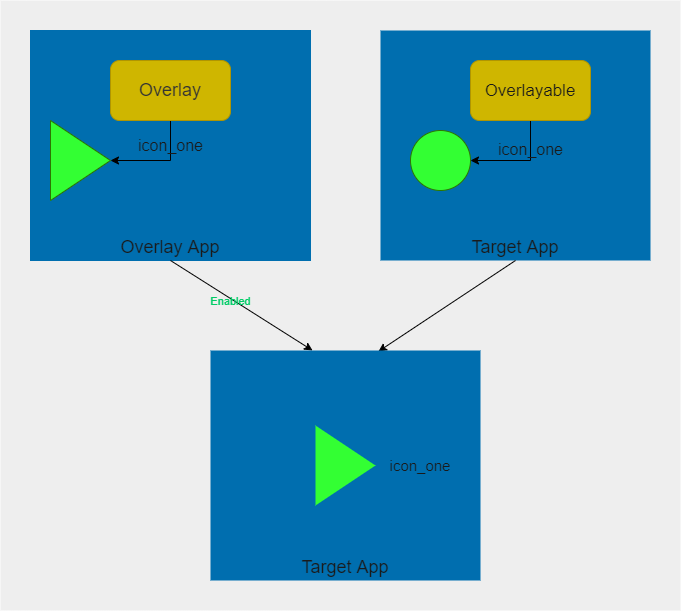
The draw.io diagram CarUILibrary/RROs.png in tianxunaicaoke/Android-notes, before a commit. Source tidied: cells renumbered, new cells last; positions are measured from the earlier drawing's top-left corner, leaving out a move shared by most shapes.
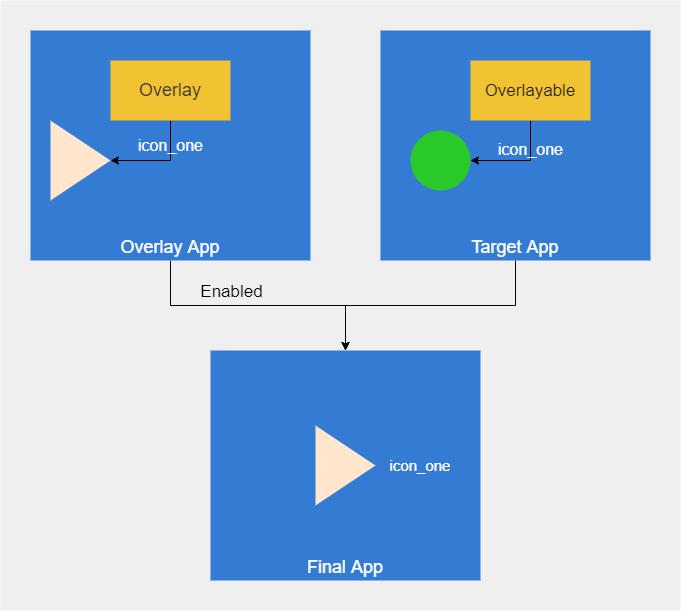
The same file after the commit.

The edit, as a diff of the source:
```diff
@@ -2,51 +2,51 @@
   <root>
     <mxCell id="0" />
     <mxCell id="1" parent="0" />
-    <mxCell id="2" style="rounded=0;whiteSpace=wrap;html=1;labelBackgroundColor=none;fillColor=#eeeeee;strokeColor=none;" parent="1" vertex="1">
+    <mxCell id="2" style="rounded=0;whiteSpace=wrap;html=1;labelBackgroundColor=none;strokeColor=none;fillColor=#EFEFEF;" parent="1" vertex="1">
       <mxGeometry width="680" height="610" as="geometry" />
     </mxCell>
+    <mxCell id="11" style="edgeStyle=orthogonalEdgeStyle;rounded=0;jettySize=auto;html=1;exitX=0.5;exitY=1;exitDx=0;exitDy=0;strokeColor=#000000;fontSize=17;fontColor=#000000;" parent="1" edge="1" source="3" target="14">
+      <mxGeometry relative="1" as="geometry" />
+    </mxCell>
+    <mxCell id="12" value="Enabled" style="edgeLabel;html=1;align=center;verticalAlign=middle;fontSize=17;fontColor=#000000;labelBackgroundColor=none;" parent="11" vertex="1">
+      <mxGeometry x="-0.62" y="-1" relative="1" as="geometry">
+        <mxPoint x="54" y="-16" as="offset" />
+      </mxGeometry>
+    </mxCell>
-    <mxCell id="3" value="&lt;font color=&quot;#1a1a1a&quot; style=&quot;font-size: 18px&quot;&gt;Overlay App&lt;/font&gt;" style="rounded=0;whiteSpace=wrap;html=1;fontColor=#ffffff;verticalAlign=bottom;strokeColor=#006EAF;fillColor=#006EAF;" parent="1" vertex="1">
+    <mxCell id="3" value="&lt;font style=&quot;font-size: 18px&quot;&gt;Overlay App&lt;/font&gt;" style="rounded=0;whiteSpace=wrap;html=1;verticalAlign=bottom;fillColor=#347BD4;strokeColor=none;fontColor=#FFFFFF;" parent="1" vertex="1">
       <mxGeometry x="30" y="30" width="280" height="230" as="geometry" />
     </mxCell>
+    <mxCell id="13" style="edgeStyle=orthogonalEdgeStyle;rounded=0;jettySize=auto;html=1;exitX=0.5;exitY=1;exitDx=0;exitDy=0;entryX=0.5;entryY=0;entryDx=0;entryDy=0;strokeColor=#000000;fontSize=17;fontColor=#000000;" parent="1" edge="1" source="4" target="14">
+      <mxGeometry relative="1" as="geometry" />
+    </mxCell>
-    <mxCell id="4" value="&lt;font color=&quot;#1a1a1a&quot;&gt;&lt;br&gt;&lt;font style=&quot;font-size: 18px&quot;&gt;Target App&lt;/font&gt;&lt;/font&gt;" style="rounded=0;whiteSpace=wrap;html=1;verticalAlign=bottom;fontColor=#ffffff;fillColor=#006EAF;strokeColor=none;" parent="1" vertex="1">
+    <mxCell id="4" value="&lt;font&gt;&lt;br&gt;&lt;font style=&quot;font-size: 18px&quot;&gt;Target App&lt;/font&gt;&lt;/font&gt;" style="rounded=0;whiteSpace=wrap;html=1;verticalAlign=bottom;strokeColor=none;fillColor=#347BD4;fontColor=#FFFFFF;" parent="1" vertex="1">
       <mxGeometry x="380" y="30" width="270" height="230" as="geometry" />
     </mxCell>
-    <mxCell id="5" value="&lt;font style=&quot;font-size: 16px&quot;&gt;icon_one&lt;/font&gt;" style="edgeStyle=orthogonalEdgeStyle;rounded=0;jettySize=auto;html=1;entryX=1;entryY=0.5;entryDx=0;entryDy=0;labelBackgroundColor=none;fontColor=#1A1A1A;strokeColor=#000000;" parent="1" edge="1" source="6" target="10">
+    <mxCell id="5" value="&lt;font style=&quot;font-size: 16px&quot;&gt;icon_one&lt;/font&gt;" style="edgeStyle=orthogonalEdgeStyle;rounded=0;jettySize=auto;html=1;entryX=1;entryY=0.5;entryDx=0;entryDy=0;labelBackgroundColor=none;strokeColor=#000000;fontColor=#FFFFFF;" parent="1" edge="1" source="6" target="10">
       <mxGeometry x="-0.43" relative="1" as="geometry" />
     </mxCell>
-    <mxCell id="6" value="&lt;font style=&quot;font-size: 17px&quot; color=&quot;#1a1a1a&quot;&gt;Overlayable&lt;/font&gt;" style="rounded=1;whiteSpace=wrap;html=1;fontColor=#ffffff;strokeColor=#B09500;fillColor=#CFB600;" parent="1" vertex="1">
+    <mxCell id="6" value="&lt;font style=&quot;font-size: 17px&quot; color=&quot;#1a1a1a&quot;&gt;Overlayable&lt;/font&gt;" style="rounded=0;whiteSpace=wrap;html=1;fontColor=#ffffff;fillColor=#F1C232;strokeColor=none;" parent="1" vertex="1">
       <mxGeometry x="470" y="60" width="120" height="60" as="geometry" />
     </mxCell>
-    <mxCell id="7" value="&lt;font style=&quot;font-size: 16px&quot;&gt;icon_one&lt;/font&gt;" style="edgeStyle=orthogonalEdgeStyle;rounded=0;jettySize=auto;html=1;entryX=1;entryY=0.5;entryDx=0;entryDy=0;labelBackgroundColor=none;fontColor=#1A1A1A;strokeColor=#000000;" parent="1" edge="1" source="8" target="9">
+    <mxCell id="7" value="&lt;font style=&quot;font-size: 16px&quot;&gt;icon_one&lt;/font&gt;" style="edgeStyle=orthogonalEdgeStyle;rounded=0;jettySize=auto;html=1;entryX=1;entryY=0.5;entryDx=0;entryDy=0;labelBackgroundColor=none;strokeColor=#000000;fontColor=#FFFFFF;" parent="1" edge="1" source="8" target="9">
       <mxGeometry x="-0.5" relative="1" as="geometry" />
     </mxCell>
-    <mxCell id="8" value="&lt;font color=&quot;#333333&quot; style=&quot;font-size: 18px&quot;&gt;Overlay&lt;/font&gt;" style="rounded=1;whiteSpace=wrap;html=1;fontColor=#ffffff;strokeColor=#B09500;fillColor=#CFB600;" parent="1" vertex="1">
+    <mxCell id="8" value="&lt;font color=&quot;#333333&quot; style=&quot;font-size: 18px&quot;&gt;Overlay&lt;/font&gt;" style="rounded=0;whiteSpace=wrap;html=1;fontColor=#ffffff;fillColor=#F1C232;strokeColor=none;shadow=0;" parent="1" vertex="1">
       <mxGeometry x="110" y="60" width="120" height="60" as="geometry" />
     </mxCell>
-    <mxCell id="9" style="triangle;whiteSpace=wrap;html=1;fontColor=#ffffff;strokeColor=#2D7600;fillColor=#33FF33;" parent="1" vertex="1">
+    <mxCell id="9" style="triangle;whiteSpace=wrap;html=1;fillColor=#ffe6cc;strokeColor=none;" parent="1" vertex="1">
       <mxGeometry x="50" y="120" width="60" height="80" as="geometry" />
     </mxCell>
-    <mxCell id="10" style="ellipse;whiteSpace=wrap;html=1;fontColor=#ffffff;strokeColor=#2D7600;fillColor=#33FF33;" parent="1" vertex="1">
+    <mxCell id="10" style="ellipse;whiteSpace=wrap;html=1;fontColor=#ffffff;fillColor=#2AC92A;strokeColor=none;" parent="1" vertex="1">
       <mxGeometry x="410" y="130" width="60" height="60" as="geometry" />
     </mxCell>
-    <mxCell id="11" style="endArrow=classic;html=1;exitX=0.5;exitY=1;exitDx=0;exitDy=0;strokeColor=#000000;entryX=0.378;entryY=0;entryDx=0;entryDy=0;entryPerimeter=0;" parent="1" edge="1" source="3" target="14">
-      <mxGeometry relative="1" as="geometry" />
-    </mxCell>
-    <mxCell id="12" value="&lt;font color=&quot;#00cc66&quot;&gt;Enabled&lt;br&gt;&lt;/font&gt;" style="edgeLabel;html=1;align=center;verticalAlign=middle;fontColor=#1A1A1A;labelBackgroundColor=none;" parent="11" vertex="1">
-      <mxGeometry x="-0.15" y="-3" relative="1" as="geometry">
-        <mxPoint x="1" as="offset" />
-      </mxGeometry>
-    </mxCell>
-    <mxCell id="13" style="endArrow=classic;html=1;exitX=0.5;exitY=1;exitDx=0;exitDy=0;strokeColor=#000000;entryX=0.622;entryY=0.004;entryDx=0;entryDy=0;entryPerimeter=0;" parent="1" edge="1" source="4" target="14">
-      <mxGeometry relative="1" as="geometry" />
-    </mxCell>
-    <mxCell id="14" value="&lt;font color=&quot;#1a1a1a&quot;&gt;&lt;br&gt;&lt;font style=&quot;font-size: 18px&quot;&gt;Target App&lt;/font&gt;&lt;/font&gt;" style="rounded=0;whiteSpace=wrap;html=1;verticalAlign=bottom;fontColor=#ffffff;fillColor=#006EAF;strokeColor=none;" parent="1" vertex="1">
+    <mxCell id="14" value="&lt;font&gt;&lt;br&gt;&lt;font style=&quot;font-size: 18px&quot;&gt;Final App&lt;/font&gt;&lt;/font&gt;" style="rounded=0;whiteSpace=wrap;html=1;verticalAlign=bottom;strokeColor=none;fillColor=#347BD4;fontColor=#FFFFFF;" parent="1" vertex="1">
       <mxGeometry x="210" y="350" width="270" height="230" as="geometry" />
     </mxCell>
-    <mxCell id="15" style="triangle;whiteSpace=wrap;html=1;fontColor=#ffffff;strokeColor=none;fillColor=#33FF33;" parent="1" vertex="1">
+    <mxCell id="15" style="triangle;whiteSpace=wrap;html=1;fillColor=#ffe6cc;strokeColor=none;" parent="1" vertex="1">
       <mxGeometry x="315" y="425" width="60" height="80" as="geometry" />
     </mxCell>
-    <mxCell id="16" value="&lt;font style=&quot;font-size: 15px&quot;&gt;icon_one&lt;/font&gt;" style="text;html=1;strokeColor=none;fillColor=none;align=center;verticalAlign=middle;whiteSpace=wrap;rounded=0;labelBackgroundColor=none;fontColor=#1A1A1A;" parent="1" vertex="1">
+    <mxCell id="16" value="&lt;font style=&quot;font-size: 15px&quot;&gt;icon_one&lt;/font&gt;" style="text;html=1;strokeColor=none;fillColor=none;align=center;verticalAlign=middle;whiteSpace=wrap;rounded=0;labelBackgroundColor=none;fontColor=#FFFFFF;" parent="1" vertex="1">
       <mxGeometry x="400" y="455" width="40" height="20" as="geometry" />
     </mxCell>
   </root>
```
